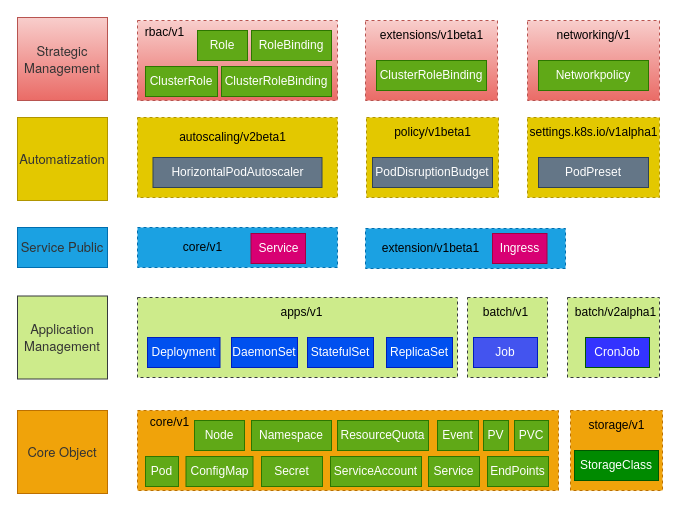
This is k8s_object_group.drawio from ssider/draw, a draw.io file, before an edit. Source tidied: cells renumbered, new cells numbered last; positions are measured from the earlier drawing's top-left corner, leaving out a move shared by most shapes. Both pictures are drawn from the tidied source at 100%, with x=0, y=0 at pixel (17, 17).
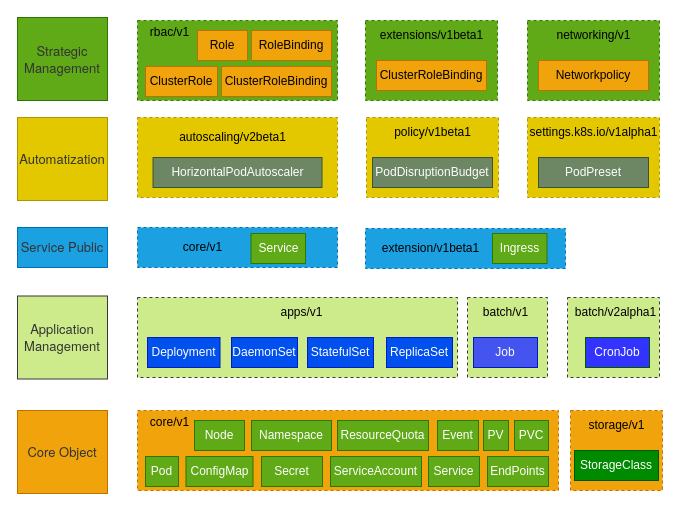
Above is the later version.

Change to the diagram source:
```diff
@@
-    <mxCell id="2" style="rounded=0;whiteSpace=wrap;html=1;dashed=1;fillColor=#f8cecc;strokeColor=#b85450;gradientColor=#ea6b66;" parent="1" vertex="1">
+    <mxCell id="2" style="rounded=0;whiteSpace=wrap;html=1;dashed=1;fillColor=#60a917;strokeColor=#2D7600;fontColor=#ffffff;" parent="1" vertex="1">
       <mxGeometry x="120" y="3" width="200" height="80" as="geometry" />
     </mxCell>
     <mxCell id="3" value="rbac/v1" style="text;html=1;align=center;verticalAlign=middle;fillColor=none;strokeColor=none;rounded=0;dashed=1;" parent="1" vertex="1">
-      <mxGeometry x="117" width="60" height="30" as="geometry" />
+      <mxGeometry x="122" width="60" height="30" as="geometry" />
     </mxCell>
-    <mxCell id="4" value="Role" style="rounded=0;whiteSpace=wrap;html=1;fillColor=#60a917;strokeColor=#2D7600;fillStyle=auto;fontColor=#ffffff;" parent="1" vertex="1">
+    <mxCell id="4" value="Role" style="rounded=0;whiteSpace=wrap;html=1;fillStyle=auto;fillColor=#f0a30a;fontColor=#000000;strokeColor=#BD7000;" parent="1" vertex="1">
       <mxGeometry x="180" y="13" width="50" height="30" as="geometry" />
     </mxCell>
-    <mxCell id="5" value="RoleBinding" style="rounded=0;whiteSpace=wrap;html=1;fillColor=#60a917;strokeColor=#2D7600;fontColor=#ffffff;" parent="1" vertex="1">
+    <mxCell id="5" value="RoleBinding" style="rounded=0;whiteSpace=wrap;html=1;fillColor=#f0a30a;strokeColor=#BD7000;fontColor=#000000;" parent="1" vertex="1">
       <mxGeometry x="234" y="13" width="80" height="30" as="geometry" />
     </mxCell>
-    <mxCell id="6" value="ClusterRole" style="rounded=0;whiteSpace=wrap;html=1;fillColor=#60a917;strokeColor=#2D7600;fontColor=#ffffff;" parent="1" vertex="1">
+    <mxCell id="6" value="ClusterRole" style="rounded=0;whiteSpace=wrap;html=1;fillColor=#f0a30a;strokeColor=#BD7000;fontColor=#000000;" parent="1" vertex="1">
       <mxGeometry x="128" y="49" width="72" height="30" as="geometry" />
     </mxCell>
-    <mxCell id="7" value="ClusterRoleBinding" style="rounded=0;whiteSpace=wrap;html=1;fillColor=#60a917;strokeColor=#2D7600;fontColor=#ffffff;" parent="1" vertex="1">
+    <mxCell id="7" value="ClusterRoleBinding" style="rounded=0;whiteSpace=wrap;html=1;fillColor=#f0a30a;strokeColor=#BD7000;fontColor=#000000;" parent="1" vertex="1">
       <mxGeometry x="204" y="49" width="110" height="30" as="geometry" />
     </mxCell>
-    <mxCell id="8" style="rounded=0;whiteSpace=wrap;html=1;dashed=1;fillColor=#f8cecc;strokeColor=#b85450;gradientColor=#ea6b66;" parent="1" vertex="1">
+    <mxCell id="8" style="rounded=0;whiteSpace=wrap;html=1;dashed=1;fillColor=#60a917;strokeColor=#2D7600;fontColor=#ffffff;" parent="1" vertex="1">
       <mxGeometry x="348" y="3" width="132" height="80" as="geometry" />
     </mxCell>
@@
-    <mxCell id="10" value="ClusterRoleBinding" style="rounded=0;whiteSpace=wrap;html=1;fillColor=#60a917;strokeColor=#2D7600;fontColor=#ffffff;" parent="1" vertex="1">
+    <mxCell id="10" value="ClusterRoleBinding" style="rounded=0;whiteSpace=wrap;html=1;fillColor=#f0a30a;strokeColor=#BD7000;fontColor=#000000;" parent="1" vertex="1">
       <mxGeometry x="359" y="43" width="110" height="30" as="geometry" />
     </mxCell>
-    <mxCell id="11" style="rounded=0;whiteSpace=wrap;html=1;dashed=1;fillColor=#f8cecc;strokeColor=#b85450;gradientColor=#ea6b66;" parent="1" vertex="1">
+    <mxCell id="11" style="rounded=0;whiteSpace=wrap;html=1;dashed=1;fillColor=#60a917;strokeColor=#2D7600;fontColor=#ffffff;" parent="1" vertex="1">
       <mxGeometry x="510" y="3" width="132" height="80" as="geometry" />
     </mxCell>
@@
-    <mxCell id="13" value="Networkpolicy" style="rounded=0;whiteSpace=wrap;html=1;fillColor=#60a917;strokeColor=#2D7600;fontColor=#ffffff;" parent="1" vertex="1">
+    <mxCell id="13" value="Networkpolicy" style="rounded=0;whiteSpace=wrap;html=1;fillColor=#f0a30a;strokeColor=#BD7000;fontColor=#000000;" parent="1" vertex="1">
       <mxGeometry x="521" y="43" width="110" height="30" as="geometry" />
     </mxCell>
@@
-    <mxCell id="16" value="HorizontalPodAutoscaler" style="rounded=0;whiteSpace=wrap;html=1;fillColor=#647687;fontColor=#ffffff;strokeColor=#314354;" parent="1" vertex="1">
+    <mxCell id="16" value="HorizontalPodAutoscaler" style="rounded=0;whiteSpace=wrap;html=1;fillColor=#6d8764;fontColor=#ffffff;strokeColor=#3A5431;" parent="1" vertex="1">
       <mxGeometry x="135.5" y="140" width="169" height="30" as="geometry" />
     </mxCell>
@@
-    <mxCell id="19" value="PodDisruptionBudget" style="rounded=0;whiteSpace=wrap;html=1;fillColor=#647687;fontColor=#ffffff;strokeColor=#314354;" parent="1" vertex="1">
+    <mxCell id="19" value="PodDisruptionBudget" style="rounded=0;whiteSpace=wrap;html=1;fillColor=#6d8764;fontColor=#ffffff;strokeColor=#3A5431;" parent="1" vertex="1">
       <mxGeometry x="355" y="140" width="120" height="30" as="geometry" />
     </mxCell>
@@
-    <mxCell id="22" value="PodPreset" style="rounded=0;whiteSpace=wrap;html=1;fillColor=#647687;fontColor=#ffffff;strokeColor=#314354;" parent="1" vertex="1">
+    <mxCell id="22" value="PodPreset" style="rounded=0;whiteSpace=wrap;html=1;fillColor=#6d8764;fontColor=#ffffff;strokeColor=#3A5431;" parent="1" vertex="1">
       <mxGeometry x="521" y="140" width="110" height="30" as="geometry" />
     </mxCell>
@@
-    <mxCell id="25" value="Service" style="rounded=0;whiteSpace=wrap;html=1;fillColor=#d80073;strokeColor=#A50040;fontColor=#ffffff;" parent="1" vertex="1">
+    <mxCell id="25" value="Service" style="rounded=0;whiteSpace=wrap;html=1;fillColor=#60a917;strokeColor=#2D7600;fontColor=#ffffff;" parent="1" vertex="1">
       <mxGeometry x="233.5" y="216" width="54.5" height="30" as="geometry" />
     </mxCell>
@@
-    <mxCell id="28" value="Ingress" style="rounded=0;whiteSpace=wrap;html=1;fillColor=#d80073;strokeColor=#A50040;fontColor=#ffffff;" parent="1" vertex="1">
+    <mxCell id="28" value="Ingress" style="rounded=0;whiteSpace=wrap;html=1;fillColor=#60a917;strokeColor=#2D7600;fontColor=#ffffff;" parent="1" vertex="1">
       <mxGeometry x="475" y="216" width="54.5" height="30" as="geometry" />
     </mxCell>
@@
-    <mxCell id="58" value="&lt;span style=&quot;color: rgb(51, 51, 51); font-family: &amp;quot;Helvetica Neue&amp;quot;, Helvetica, Arial, &amp;quot;Hiragino Sans GB&amp;quot;, &amp;quot;Hiragino Sans GB W3&amp;quot;, &amp;quot;Microsoft YaHei UI&amp;quot;, &amp;quot;Microsoft YaHei&amp;quot;, sans-serif; font-size: 13px; text-align: start;&quot;&gt;Strategic Management&lt;/span&gt;" style="rounded=0;whiteSpace=wrap;html=1;fillColor=#f8cecc;strokeColor=#b85450;gradientColor=#ea6b66;" parent="1" vertex="1">
+    <mxCell id="58" value="&lt;span style=&quot;color: rgb(51, 51, 51); font-family: &amp;quot;Helvetica Neue&amp;quot;, Helvetica, Arial, &amp;quot;Hiragino Sans GB&amp;quot;, &amp;quot;Hiragino Sans GB W3&amp;quot;, &amp;quot;Microsoft YaHei UI&amp;quot;, &amp;quot;Microsoft YaHei&amp;quot;, sans-serif; font-size: 13px; text-align: start;&quot;&gt;Strategic Management&lt;/span&gt;" style="rounded=0;whiteSpace=wrap;html=1;fillColor=#60a917;strokeColor=#2D7600;fontColor=#ffffff;" parent="1" vertex="1">
       <mxGeometry width="90" height="83" as="geometry" />
     </mxCell>
```
